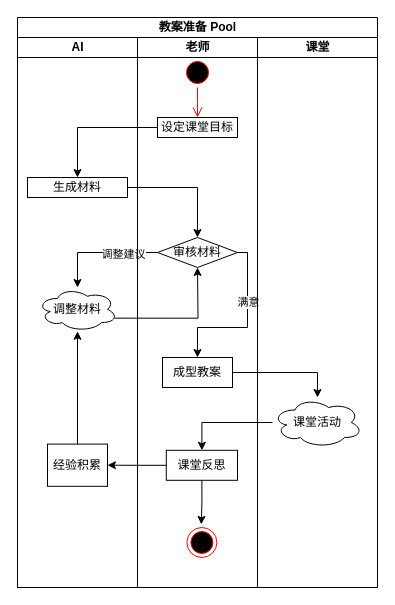
This is page "Page-1" (1 of 2) of Diagram/Swimlane Diagram.drawio from RickYangzz/AI_Education, a draw.io file, before an edit. Source tidied: cells renumbered, new cells numbered last; positions are measured from the earlier drawing's top-left corner, leaving out a move shared by most shapes. Both pictures are drawn from the tidied source at 100%, with x=0, y=0 at pixel (17, 17).
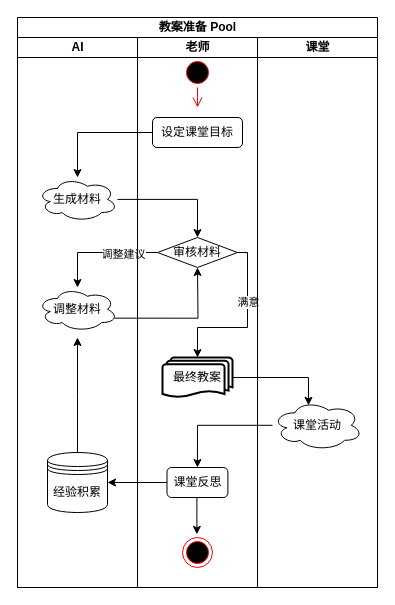
Above is the later version.

The change refers to these unchanged cells:
```xml
<mxCell id="3" value="老师" style="swimlane;startSize=20;html=1;" parent="1" vertex="1">
  <mxGeometry x="120" y="20" width="120" height="550" as="geometry" />
</mxCell>
<mxCell id="7" value="审核材料" style="rhombus;whiteSpace=wrap;html=1;" parent="3" vertex="1">
  <mxGeometry x="20" y="200" width="80" height="30" as="geometry" />
</mxCell>
<mxCell id="12" style="ellipse;html=1;shape=startState;fillColor=#000000;strokeColor=#ff0000;" parent="3" vertex="1">
  <mxGeometry x="45" y="20" width="30" height="30" as="geometry" />
</mxCell>
<mxCell id="18" value="课堂" style="swimlane;startSize=20;html=1;" parent="1" vertex="1">
  <mxGeometry x="240" y="20" width="120" height="550" as="geometry" />
</mxCell>
<mxCell id="20" value="AI" style="swimlane;startSize=20;html=1;" parent="1" vertex="1">
  <mxGeometry y="20" width="120" height="550" as="geometry" />
</mxCell>
<mxCell id="23" value="调整材料" style="ellipse;shape=cloud;whiteSpace=wrap;html=1;" parent="20" vertex="1">
  <mxGeometry x="20" y="250" width="80" height="43.8" as="geometry" />
</mxCell>
```

What changed in the source:
```diff
@@
-    <mxCell id="4" value="设定课堂目标" style="whiteSpace=wrap;html=1;" parent="3" vertex="1">
-      <mxGeometry x="20" y="80" width="80" height="20" as="geometry" />
-    </mxCell>
-    <mxCell id="5" style="edgeStyle=orthogonalEdgeStyle;rounded=0;jettySize=auto;html=1;entryX=0.5;entryY=0;entryDx=0;entryDy=0;exitX=1;exitY=0.5;exitDx=0;exitDy=0;" parent="3" edge="1" source="7" target="8">
+    <mxCell id="5" style="edgeStyle=orthogonalEdgeStyle;rounded=0;jettySize=auto;html=1;entryX=0.5;entryY=0;entryDx=0;entryDy=0;exitX=1;exitY=0.5;exitDx=0;exitDy=0;" parent="3" edge="1" source="7">
       <mxGeometry relative="1" as="geometry">
+        <mxPoint x="60" y="320" as="targetPoint" />
         <Array as="points">
           <mxPoint x="110" y="215" />
           <mxPoint x="110" y="290" />
           <mxPoint x="60" y="290" />
         </Array>
       </mxGeometry>
     </mxCell>
@@
-    <mxCell id="8" value="成型教案" style="rounded=0;whiteSpace=wrap;html=1;" parent="3" vertex="1">
-      <mxGeometry x="25" y="320" width="70" height="30" as="geometry" />
-    </mxCell>
-    <mxCell id="9" value="课堂反思" style="whiteSpace=wrap;html=1;" parent="3" vertex="1">
-      <mxGeometry x="28.8" y="412.8" width="71.2" height="30" as="geometry" />
-    </mxCell>
     <mxCell id="10" style="ellipse;html=1;shape=endState;fillColor=#000000;strokeColor=#ff0000;" parent="3" vertex="1">
-      <mxGeometry x="49.4" y="490" width="30" height="30" as="geometry" />
+      <mxGeometry x="45" y="500" width="30" height="30" as="geometry" />
     </mxCell>
-    <mxCell id="11" style="edgeStyle=orthogonalEdgeStyle;rounded=0;jettySize=auto;html=1;exitX=0.5;exitY=1;exitDx=0;exitDy=0;entryX=0.479;entryY=-0.105;entryDx=0;entryDy=0;entryPerimeter=0;" parent="3" edge="1" source="9" target="10">
-      <mxGeometry relative="1" as="geometry" />
+    <mxCell id="11" style="edgeStyle=orthogonalEdgeStyle;rounded=0;jettySize=auto;html=1;exitX=0.5;exitY=1;exitDx=0;exitDy=0;entryX=0.479;entryY=-0.105;entryDx=0;entryDy=0;entryPerimeter=0;" parent="3" edge="1" target="10">
+      <mxGeometry relative="1" as="geometry">
+        <mxPoint x="64.4" y="460" as="sourcePoint" />
+      </mxGeometry>
     </mxCell>
@@
     <mxCell id="13" style="edgeStyle=orthogonalEdgeStyle;html=1;verticalAlign=bottom;endArrow=open;endSize=8;strokeColor=#ff0000;rounded=0;" parent="3" edge="1" source="12">
       <mxGeometry relative="1" as="geometry">
-        <mxPoint x="60" y="80" as="targetPoint" />
+        <mxPoint x="60" y="70" as="targetPoint" />
       </mxGeometry>
     </mxCell>
-    <mxCell id="14" style="edgeStyle=orthogonalEdgeStyle;rounded=0;jettySize=auto;html=1;" parent="1" edge="1" source="4" target="21">
-      <mxGeometry relative="1" as="geometry" />
-    </mxCell>
-    <mxCell id="15" style="edgeStyle=orthogonalEdgeStyle;rounded=0;jettySize=auto;html=1;" parent="1" edge="1" source="21" target="7">
-      <mxGeometry relative="1" as="geometry" />
-    </mxCell>
+    <mxCell id="29" value="最终教案" style="strokeWidth=2;html=1;shape=mxgraph.flowchart.multi-document;whiteSpace=wrap;" parent="3" vertex="1">
+      <mxGeometry x="25" y="320" width="70" height="40" as="geometry" />
+    </mxCell>
+    <mxCell id="4" value="设定课堂目标" style="rounded=1;whiteSpace=wrap;html=1;" parent="3" vertex="1">
+      <mxGeometry x="15" y="80" width="90" height="30" as="geometry" />
+    </mxCell>
+    <mxCell id="9" value="课堂反思" style="rounded=1;whiteSpace=wrap;html=1;" parent="3" vertex="1">
+      <mxGeometry x="29.5" y="430" width="60.9" height="30" as="geometry" />
+    </mxCell>
@@
     <mxCell id="19" value="课堂活动" style="ellipse;shape=cloud;whiteSpace=wrap;html=1;" parent="18" vertex="1">
-      <mxGeometry x="15" y="360" width="90" height="50" as="geometry" />
+      <mxGeometry x="15" y="362.8" width="90" height="50" as="geometry" />
     </mxCell>
@@
-    <mxCell id="21" value="生成材料" style="whiteSpace=wrap;html=1;" parent="20" vertex="1">
-      <mxGeometry x="10" y="140" width="100" height="20" as="geometry" />
-    </mxCell>
@@
-    <mxCell id="24" style="edgeStyle=orthogonalEdgeStyle;rounded=0;jettySize=auto;html=1;" parent="20" edge="1" source="25" target="23">
-      <mxGeometry relative="1" as="geometry" />
-    </mxCell>
+    <mxCell id="21" value="生成材料" style="ellipse;shape=cloud;whiteSpace=wrap;html=1;" parent="20" vertex="1">
+      <mxGeometry x="20" y="140" width="80" height="43.8" as="geometry" />
+    </mxCell>
+    <mxCell id="30" style="edgeStyle=orthogonalEdgeStyle;rounded=0;jettySize=auto;html=1;" parent="20" edge="1" source="25">
+      <mxGeometry relative="1" as="geometry">
+        <mxPoint x="60" y="300" as="targetPoint" />
+      </mxGeometry>
+    </mxCell>
-    <mxCell id="25" value="经验积累" style="whiteSpace=wrap;html=1;" parent="20" vertex="1">
-      <mxGeometry x="30" y="406.6" width="60" height="42.2" as="geometry" />
+    <mxCell id="25" value="经验积累" style="shape=datastore;whiteSpace=wrap;html=1;" parent="20" vertex="1">
+      <mxGeometry x="30" y="415" width="60" height="60" as="geometry" />
     </mxCell>
-    <mxCell id="26" style="edgeStyle=orthogonalEdgeStyle;rounded=0;jettySize=auto;html=1;entryX=0.5;entryY=0;entryDx=0;entryDy=0;entryPerimeter=0;" parent="1" edge="1" source="8" target="19">
-      <mxGeometry relative="1" as="geometry" />
-    </mxCell>
+    <mxCell id="15" style="edgeStyle=orthogonalEdgeStyle;rounded=0;jettySize=auto;html=1;" parent="1" edge="1" source="21" target="7">
+      <mxGeometry relative="1" as="geometry" />
+    </mxCell>
+    <mxCell id="31" style="edgeStyle=orthogonalEdgeStyle;rounded=0;jettySize=auto;html=1;entryX=0.4;entryY=0.1;entryDx=0;entryDy=0;entryPerimeter=0;" parent="1" edge="1" source="29" target="19">
+      <mxGeometry relative="1" as="geometry">
+        <Array as="points">
+          <mxPoint x="291" y="360" />
+        </Array>
+      </mxGeometry>
+    </mxCell>
+    <mxCell id="14" style="edgeStyle=orthogonalEdgeStyle;rounded=0;jettySize=auto;html=1;" parent="1" edge="1" source="4" target="21">
+      <mxGeometry relative="1" as="geometry" />
+    </mxCell>
-    <mxCell id="27" style="edgeStyle=orthogonalEdgeStyle;rounded=0;jettySize=auto;html=1;" parent="1" edge="1" source="19" target="9">
+    <mxCell id="27" style="edgeStyle=orthogonalEdgeStyle;rounded=0;jettySize=auto;html=1;entryX=0.5;entryY=0;entryDx=0;entryDy=0;" parent="1" edge="1" source="19" target="9">
       <mxGeometry relative="1" as="geometry" />
     </mxCell>
```
